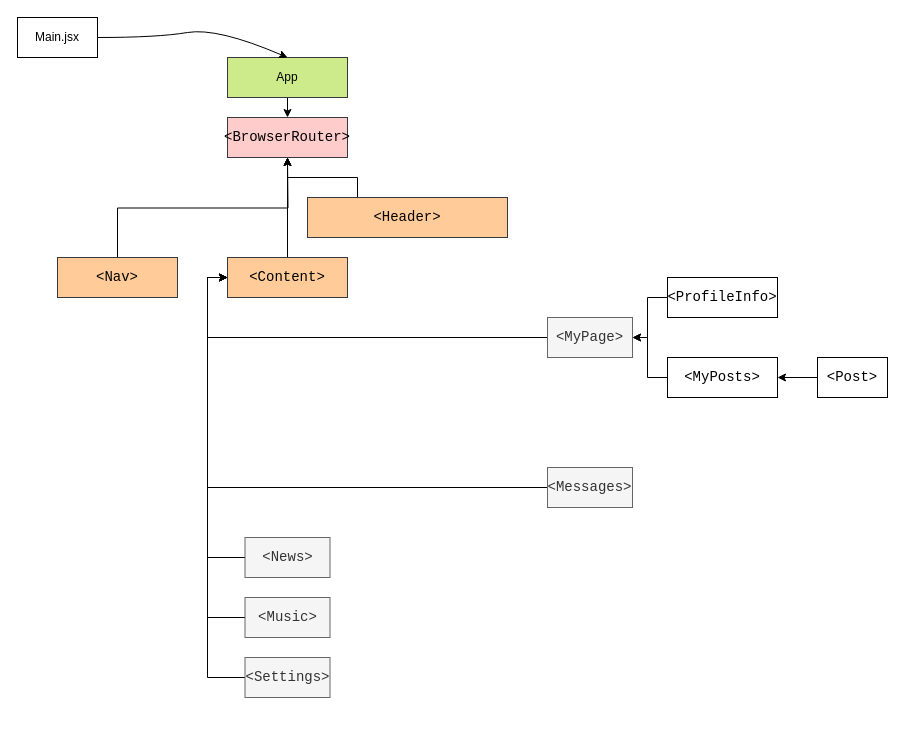
The draw.io diagram media_network_scheme.drawio in konstantine-sa/social-media-network-project, before the edit. Source tidied: cells renumbered, new cells numbered last; positions are measured from the earlier drawing's top-left corner, leaving out a move shared by most shapes. Both pictures are drawn from the tidied source at 100%, with x=0, y=0 at pixel (17, 17).
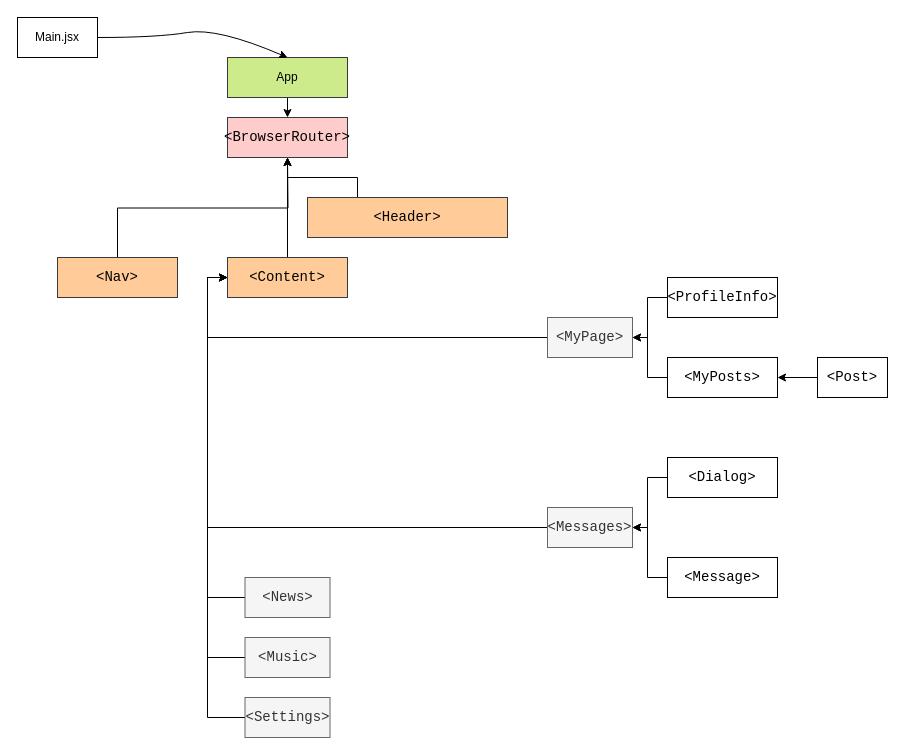
After the change.

Commit message (it also covers changes not shown here):
Components Message and Dialog separated

Diff of the diagram source:
```diff
@@
     <mxCell id="16" value="&lt;div style=&quot;font-family: Consolas, &amp;quot;Courier New&amp;quot;, monospace; font-size: 14px; line-height: 19px;&quot;&gt;&amp;lt;Messages&amp;gt;&lt;/div&gt;" style="rounded=0;whiteSpace=wrap;html=1;fillColor=#f5f5f5;fontColor=#333333;strokeColor=#666666;" parent="1" vertex="1">
-      <mxGeometry x="530" y="450" width="85" height="40" as="geometry" />
+      <mxGeometry x="530" y="490" width="85" height="40" as="geometry" />
     </mxCell>
@@
     <mxCell id="18" value="&lt;div style=&quot;font-family: Consolas, &amp;quot;Courier New&amp;quot;, monospace; font-size: 14px; line-height: 19px;&quot;&gt;&amp;lt;News&amp;gt;&lt;/div&gt;" style="rounded=0;whiteSpace=wrap;html=1;fillColor=#f5f5f5;fontColor=#333333;strokeColor=#666666;" parent="1" vertex="1">
-      <mxGeometry x="227.5" y="520" width="85" height="40" as="geometry" />
+      <mxGeometry x="227.5" y="560" width="85" height="40" as="geometry" />
     </mxCell>
@@
     <mxCell id="20" value="&lt;div style=&quot;font-family: Consolas, &amp;quot;Courier New&amp;quot;, monospace; font-size: 14px; line-height: 19px;&quot;&gt;&amp;lt;Music&amp;gt;&lt;/div&gt;" style="rounded=0;whiteSpace=wrap;html=1;fillColor=#f5f5f5;fontColor=#333333;strokeColor=#666666;" parent="1" vertex="1">
-      <mxGeometry x="227.5" y="580" width="85" height="40" as="geometry" />
+      <mxGeometry x="227.5" y="620" width="85" height="40" as="geometry" />
     </mxCell>
@@
     <mxCell id="22" value="&lt;div style=&quot;font-family: Consolas, &amp;quot;Courier New&amp;quot;, monospace; font-size: 14px; line-height: 19px;&quot;&gt;&amp;lt;Settings&amp;gt;&lt;/div&gt;" style="rounded=0;whiteSpace=wrap;html=1;fillColor=#f5f5f5;fontColor=#333333;strokeColor=#666666;" parent="1" vertex="1">
-      <mxGeometry x="227.5" y="640" width="85" height="40" as="geometry" />
+      <mxGeometry x="227.5" y="680" width="85" height="40" as="geometry" />
     </mxCell>
@@
+    <mxCell id="29" style="edgeStyle=orthogonalEdgeStyle;rounded=0;jettySize=auto;html=1;exitX=0;exitY=0.5;exitDx=0;exitDy=0;entryX=1;entryY=0.5;entryDx=0;entryDy=0;fontColor=#000000;" parent="1" edge="1" source="30" target="16">
+      <mxGeometry relative="1" as="geometry">
+        <Array as="points">
+          <mxPoint x="630" y="460" />
+          <mxPoint x="630" y="510" />
+        </Array>
+      </mxGeometry>
+    </mxCell>
+    <mxCell id="30" value="&lt;div style=&quot;font-family: Consolas, &amp;quot;Courier New&amp;quot;, monospace; font-size: 14px; line-height: 19px;&quot;&gt;&amp;lt;Dialog&amp;gt;&lt;/div&gt;" style="rounded=0;whiteSpace=wrap;html=1;" parent="1" vertex="1">
+      <mxGeometry x="650" y="440" width="110" height="40" as="geometry" />
+    </mxCell>
+    <mxCell id="31" style="edgeStyle=orthogonalEdgeStyle;rounded=0;jettySize=auto;html=1;exitX=0;exitY=0.5;exitDx=0;exitDy=0;entryX=1;entryY=0.5;entryDx=0;entryDy=0;fontColor=#000000;" parent="1" edge="1" source="32" target="16">
+      <mxGeometry relative="1" as="geometry">
+        <Array as="points">
+          <mxPoint x="630" y="560" />
+          <mxPoint x="630" y="510" />
+        </Array>
+      </mxGeometry>
+    </mxCell>
+    <mxCell id="32" value="&lt;div style=&quot;font-family: Consolas, &amp;quot;Courier New&amp;quot;, monospace; font-size: 14px; line-height: 19px;&quot;&gt;&amp;lt;Message&amp;gt;&lt;/div&gt;" style="rounded=0;whiteSpace=wrap;html=1;" parent="1" vertex="1">
+      <mxGeometry x="650" y="540" width="110" height="40" as="geometry" />
+    </mxCell>
```
